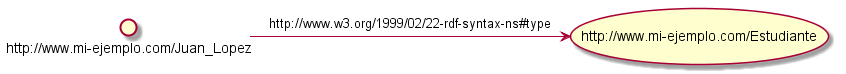
Earlier version of the PlantUML export Diagramas UML/tripletaBasica3.png (eriknovic/mi-proyecto-erik). Source of this version:
```plantuml
@startuml
interface "http://www.mi-ejemplo.com/Juan_Lopez" as juan

() juan -> (http://www.mi-ejemplo.com/Estudiante) : "http://www.w3.org/1999/02/22-rdf-syntax-ns#type"


@enduml
```
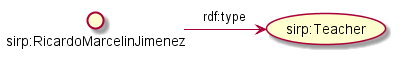
After the change.

What changed in the source:
```diff
@@ -1,7 +1,7 @@
 @startuml
-interface "http://www.mi-ejemplo.com/Juan_Lopez" as juan
+interface "sirp:RicardoMarcelinJimenez" as ricardo
 
-() juan -> (http://www.mi-ejemplo.com/Estudiante) : "http://www.w3.org/1999/02/22-rdf-syntax-ns#type"
+() ricardo -> (sirp:Teacher) : "rdf:type"
 
 
 @enduml
```
